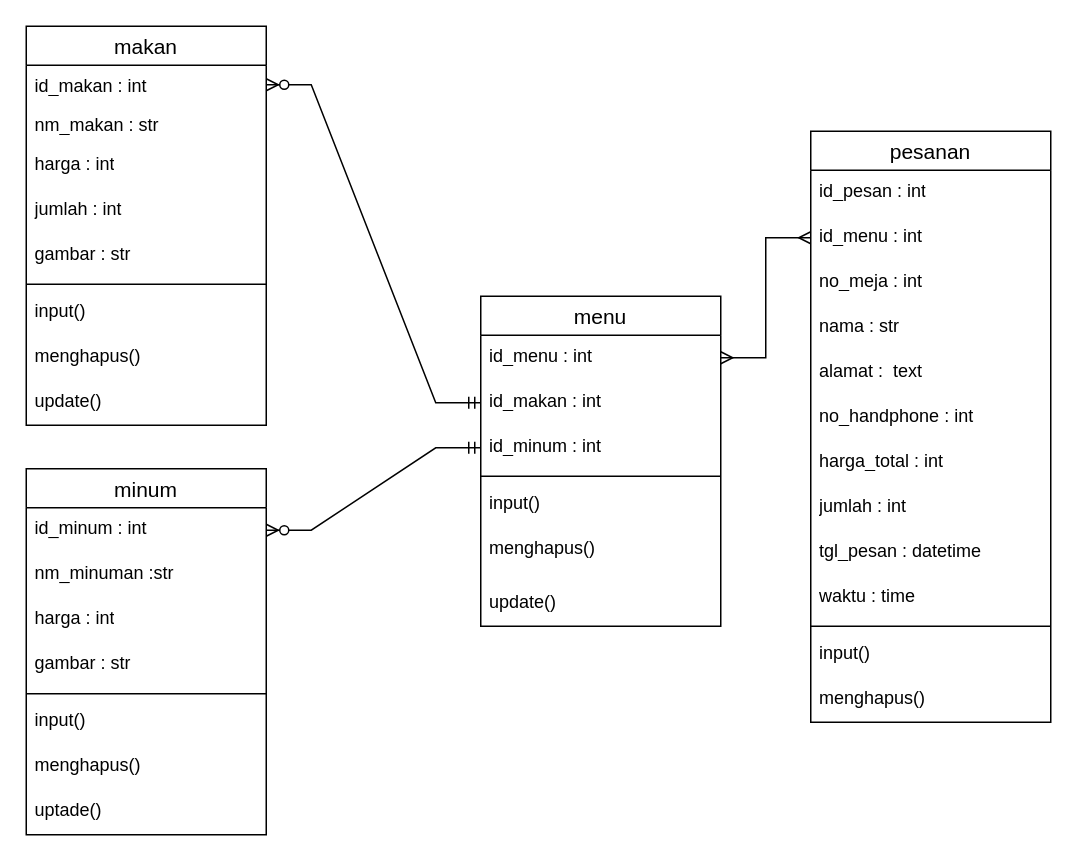
Above: Untitled Diagram.drawio in Dika2408/classdiagram.cafe (draw.io), before the change. Source tidied: cells renumbered, new cells numbered last; positions are measured from the earlier drawing's top-left corner, leaving out a move shared by most shapes. Both pictures are drawn from the tidied source at 150%, with x=0, y=0 at pixel (26, 26).
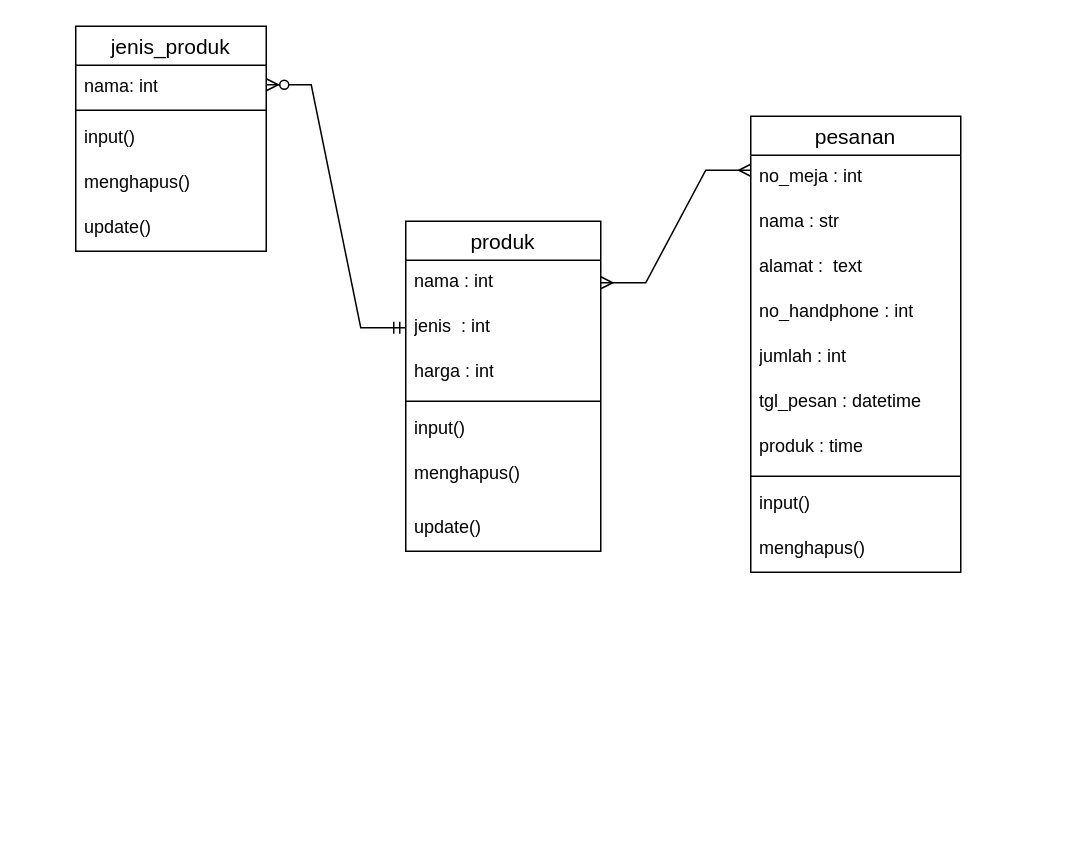
Above is the later version.

What changed in the source:
```diff
@@
-    <mxCell id="2" value="menu" style="swimlane;fontStyle=0;horizontal=1;startSize=26;align=center;fontSize=14;" parent="1" vertex="1">
-      <mxGeometry x="303" y="180" width="160" height="220" as="geometry" />
+    <mxCell id="2" value="produk" style="swimlane;fontStyle=0;horizontal=1;startSize=26;align=center;fontSize=14;" parent="1" vertex="1">
+      <mxGeometry x="253" y="130" width="130" height="220" as="geometry" />
     </mxCell>
-    <mxCell id="3" value="id_menu : int" style="text;strokeColor=none;fillColor=none;spacingLeft=4;spacingRight=4;overflow=hidden;points=[[0,0.5],[1,0.5]];portConstraint=eastwest;fontSize=12;whiteSpace=wrap;html=1;" parent="2" vertex="1">
-      <mxGeometry y="26" width="160" height="30" as="geometry" />
+    <mxCell id="3" value="nama : int" style="text;strokeColor=none;fillColor=none;spacingLeft=4;spacingRight=4;overflow=hidden;points=[[0,0.5],[1,0.5]];portConstraint=eastwest;fontSize=12;whiteSpace=wrap;html=1;" parent="2" vertex="1">
+      <mxGeometry y="26" width="130" height="30" as="geometry" />
     </mxCell>
-    <mxCell id="4" value="id_makan : int" style="text;strokeColor=none;fillColor=none;spacingLeft=4;spacingRight=4;overflow=hidden;points=[[0,0.5],[1,0.5]];portConstraint=eastwest;fontSize=12;whiteSpace=wrap;html=1;" parent="2" vertex="1">
-      <mxGeometry y="56" width="160" height="30" as="geometry" />
+    <mxCell id="4" value="jenis&amp;nbsp; : int" style="text;strokeColor=none;fillColor=none;spacingLeft=4;spacingRight=4;overflow=hidden;points=[[0,0.5],[1,0.5]];portConstraint=eastwest;fontSize=12;whiteSpace=wrap;html=1;" parent="2" vertex="1">
+      <mxGeometry y="56" width="130" height="30" as="geometry" />
     </mxCell>
-    <mxCell id="5" value="id_minum : int" style="text;strokeColor=none;fillColor=none;spacingLeft=4;spacingRight=4;overflow=hidden;points=[[0,0.5],[1,0.5]];portConstraint=eastwest;fontSize=12;whiteSpace=wrap;html=1;" parent="2" vertex="1">
-      <mxGeometry y="86" width="160" height="30" as="geometry" />
+    <mxCell id="5" value="harga : int" style="text;strokeColor=none;fillColor=none;spacingLeft=4;spacingRight=4;overflow=hidden;points=[[0,0.5],[1,0.5]];portConstraint=eastwest;fontSize=12;whiteSpace=wrap;html=1;" parent="2" vertex="1">
+      <mxGeometry y="86" width="130" height="30" as="geometry" />
     </mxCell>
     <mxCell id="6" style="line;strokeWidth=1;fillColor=none;align=left;verticalAlign=middle;spacingTop=-1;spacingLeft=3;spacingRight=3;labelPosition=right;strokeColor=inherit;" parent="2" vertex="1">
-      <mxGeometry y="116" width="160" height="8" as="geometry" />
+      <mxGeometry y="116" width="130" height="8" as="geometry" />
     </mxCell>
     <mxCell id="7" value="input()" style="text;strokeColor=none;fillColor=none;spacingLeft=4;spacingRight=4;overflow=hidden;fontSize=12;whiteSpace=wrap;html=1;" parent="2" vertex="1">
-      <mxGeometry y="124" width="160" height="30" as="geometry" />
+      <mxGeometry y="124" width="130" height="30" as="geometry" />
     </mxCell>
     <mxCell id="8" value="menghapus()" style="text;strokeColor=none;fillColor=none;spacingLeft=4;spacingRight=4;overflow=hidden;fontSize=12;whiteSpace=wrap;html=1;" parent="2" vertex="1">
-      <mxGeometry y="154" width="160" height="36" as="geometry" />
+      <mxGeometry y="154" width="130" height="36" as="geometry" />
     </mxCell>
     <mxCell id="9" value="update()" style="text;strokeColor=none;fillColor=none;spacingLeft=4;spacingRight=4;overflow=hidden;fontSize=12;whiteSpace=wrap;html=1;" parent="2" vertex="1">
-      <mxGeometry y="190" width="160" height="30" as="geometry" />
+      <mxGeometry y="190" width="130" height="30" as="geometry" />
     </mxCell>
-    <mxCell id="10" value="makan" style="swimlane;fontStyle=0;horizontal=1;startSize=26;align=center;fontSize=14;" parent="1" vertex="1">
-      <mxGeometry width="160" height="266" as="geometry" />
+    <mxCell id="10" value="jenis_produk" style="swimlane;fontStyle=0;horizontal=1;startSize=26;align=center;fontSize=14;" parent="1" vertex="1">
+      <mxGeometry x="33" width="127" height="150" as="geometry" />
     </mxCell>
-    <mxCell id="11" value="id_makan : int" style="text;strokeColor=none;fillColor=none;align=left;verticalAlign=top;spacingLeft=4;spacingRight=4;overflow=hidden;points=[[0,0.5],[1,0.5]];portConstraint=eastwest;whiteSpace=wrap;html=1;" parent="10" vertex="1">
-      <mxGeometry y="26" width="160" height="26" as="geometry" />
+    <mxCell id="11" value="nama: int" style="text;strokeColor=none;fillColor=none;align=left;verticalAlign=top;spacingLeft=4;spacingRight=4;overflow=hidden;points=[[0,0.5],[1,0.5]];portConstraint=eastwest;whiteSpace=wrap;html=1;" parent="10" vertex="1">
+      <mxGeometry y="26" width="127" height="26" as="geometry" />
     </mxCell>
-    <mxCell id="12" value="nm_makan : str" style="text;strokeColor=none;fillColor=none;align=left;verticalAlign=top;spacingLeft=4;spacingRight=4;overflow=hidden;whiteSpace=wrap;html=1;" parent="10" vertex="1">
-      <mxGeometry y="52" width="160" height="26" as="geometry" />
-    </mxCell>
-    <mxCell id="13" value="&lt;div&gt;harga : int&lt;/div&gt;" style="text;strokeColor=none;fillColor=none;spacingLeft=4;spacingRight=4;overflow=hidden;fontSize=12;whiteSpace=wrap;html=1;" parent="10" vertex="1">
-      <mxGeometry y="78" width="160" height="30" as="geometry" />
-    </mxCell>
-    <mxCell id="14" value="jumlah : int" style="text;strokeColor=none;fillColor=none;spacingLeft=4;spacingRight=4;overflow=hidden;fontSize=12;whiteSpace=wrap;html=1;" parent="10" vertex="1">
-      <mxGeometry y="108" width="160" height="30" as="geometry" />
-    </mxCell>
-    <mxCell id="15" value="gambar : str" style="text;strokeColor=none;fillColor=none;spacingLeft=4;spacingRight=4;overflow=hidden;fontSize=12;whiteSpace=wrap;html=1;" parent="10" vertex="1">
-      <mxGeometry y="138" width="160" height="30" as="geometry" />
-    </mxCell>
     <mxCell id="16" style="line;strokeWidth=1;fillColor=none;align=left;verticalAlign=middle;spacingTop=-1;spacingLeft=3;spacingRight=3;labelPosition=right;strokeColor=inherit;" parent="10" vertex="1">
-      <mxGeometry y="168" width="160" height="8" as="geometry" />
+      <mxGeometry y="52" width="127" height="8" as="geometry" />
     </mxCell>
     <mxCell id="17" value="input()" style="text;strokeColor=none;fillColor=none;spacingLeft=4;spacingRight=4;overflow=hidden;fontSize=12;whiteSpace=wrap;html=1;" parent="10" vertex="1">
-      <mxGeometry y="176" width="160" height="30" as="geometry" />
+      <mxGeometry y="60" width="127" height="30" as="geometry" />
     </mxCell>
     <mxCell id="18" value="menghapus()" style="text;strokeColor=none;fillColor=none;spacingLeft=4;spacingRight=4;overflow=hidden;fontSize=12;whiteSpace=wrap;html=1;" parent="10" vertex="1">
-      <mxGeometry y="206" width="160" height="30" as="geometry" />
+      <mxGeometry y="90" width="127" height="30" as="geometry" />
     </mxCell>
     <mxCell id="19" value="update()" style="text;strokeColor=none;fillColor=none;spacingLeft=4;spacingRight=4;overflow=hidden;fontSize=12;whiteSpace=wrap;html=1;" parent="10" vertex="1">
-      <mxGeometry y="236" width="160" height="30" as="geometry" />
+      <mxGeometry y="120" width="127" height="30" as="geometry" />
     </mxCell>
-    <mxCell id="20" value="minum" style="swimlane;fontStyle=0;horizontal=1;startSize=26;align=center;fontSize=14;" parent="1" vertex="1">
-      <mxGeometry y="295" width="160" height="244" as="geometry" />
-    </mxCell>
-    <mxCell id="21" value="&lt;div&gt;id_minum : int&lt;/div&gt;" style="text;strokeColor=none;fillColor=none;spacingLeft=4;spacingRight=4;overflow=hidden;points=[[0,0.5],[1,0.5]];portConstraint=eastwest;fontSize=12;whiteSpace=wrap;html=1;" parent="20" vertex="1">
-      <mxGeometry y="26" width="160" height="30" as="geometry" />
-    </mxCell>
-    <mxCell id="22" value="nm_minuman :str" style="text;strokeColor=none;fillColor=none;spacingLeft=4;spacingRight=4;overflow=hidden;fontSize=12;whiteSpace=wrap;html=1;" parent="20" vertex="1">
-      <mxGeometry y="56" width="160" height="30" as="geometry" />
-    </mxCell>
-    <mxCell id="23" value="harga : int" style="text;strokeColor=none;fillColor=none;spacingLeft=4;spacingRight=4;overflow=hidden;fontSize=12;whiteSpace=wrap;html=1;" parent="20" vertex="1">
-      <mxGeometry y="86" width="160" height="30" as="geometry" />
-    </mxCell>
-    <mxCell id="24" value="gambar : str" style="text;strokeColor=none;fillColor=none;spacingLeft=4;spacingRight=4;overflow=hidden;fontSize=12;whiteSpace=wrap;html=1;" parent="20" vertex="1">
-      <mxGeometry y="116" width="160" height="30" as="geometry" />
-    </mxCell>
-    <mxCell id="25" style="line;strokeWidth=1;fillColor=none;align=left;verticalAlign=middle;spacingTop=-1;spacingLeft=3;spacingRight=3;labelPosition=right;strokeColor=inherit;" parent="20" vertex="1">
-      <mxGeometry y="146" width="160" height="8" as="geometry" />
-    </mxCell>
-    <mxCell id="26" value="input()" style="text;strokeColor=none;fillColor=none;spacingLeft=4;spacingRight=4;overflow=hidden;fontSize=12;whiteSpace=wrap;html=1;" parent="20" vertex="1">
-      <mxGeometry y="154" width="160" height="30" as="geometry" />
-    </mxCell>
-    <mxCell id="27" value="menghapus()&lt;br&gt;&lt;div&gt;&lt;/div&gt;" style="text;strokeColor=none;fillColor=none;spacingLeft=4;spacingRight=4;overflow=hidden;fontSize=12;whiteSpace=wrap;html=1;" parent="20" vertex="1">
-      <mxGeometry y="184" width="160" height="30" as="geometry" />
-    </mxCell>
-    <mxCell id="28" value="uptade()&lt;div&gt;&lt;/div&gt;" style="text;strokeColor=none;fillColor=none;spacingLeft=4;spacingRight=4;overflow=hidden;fontSize=12;whiteSpace=wrap;html=1;" parent="20" vertex="1">
-      <mxGeometry y="214" width="160" height="30" as="geometry" />
-    </mxCell>
     <mxCell id="29" value="pesanan" style="swimlane;fontStyle=0;horizontal=1;startSize=26;align=center;fontSize=14;" parent="1" vertex="1">
-      <mxGeometry x="523" y="70" width="160" height="394" as="geometry" />
+      <mxGeometry x="483" y="60" width="140" height="304" as="geometry" />
     </mxCell>
-    <mxCell id="30" value="id_pesan : int" style="text;strokeColor=none;fillColor=none;spacingLeft=4;spacingRight=4;overflow=hidden;fontSize=12;whiteSpace=wrap;html=1;" parent="29" vertex="1">
-      <mxGeometry y="26" width="160" height="30" as="geometry" />
-    </mxCell>
-    <mxCell id="31" value="id_menu : int" style="text;strokeColor=none;fillColor=none;spacingLeft=4;spacingRight=4;overflow=hidden;points=[[0,0.5],[1,0.5]];portConstraint=eastwest;fontSize=12;whiteSpace=wrap;html=1;" parent="29" vertex="1">
-      <mxGeometry y="56" width="160" height="30" as="geometry" />
-    </mxCell>
+    <mxCell id="45" style="edgeStyle=entityRelationEdgeStyle;fontSize=12;html=1;endArrow=ERmany;startArrow=ERmany;rounded=0;" parent="29" edge="1" source="3">
+      <mxGeometry relative="1" as="geometry">
+        <mxPoint y="36" as="targetPoint" />
+      </mxGeometry>
+    </mxCell>
     <mxCell id="32" value="no_meja : int" style="text;strokeColor=none;fillColor=none;spacingLeft=4;spacingRight=4;overflow=hidden;fontSize=12;whiteSpace=wrap;html=1;" parent="29" vertex="1">
-      <mxGeometry y="86" width="160" height="30" as="geometry" />
+      <mxGeometry y="26" width="140" height="30" as="geometry" />
     </mxCell>
     <mxCell id="33" value="nama : str&amp;nbsp;" style="text;strokeColor=none;fillColor=none;spacingLeft=4;spacingRight=4;overflow=hidden;fontSize=12;whiteSpace=wrap;html=1;" parent="29" vertex="1">
-      <mxGeometry y="116" width="160" height="30" as="geometry" />
+      <mxGeometry y="56" width="140" height="30" as="geometry" />
     </mxCell>
     <mxCell id="34" value="alamat :&amp;nbsp; text" style="text;strokeColor=none;fillColor=none;spacingLeft=4;spacingRight=4;overflow=hidden;fontSize=12;whiteSpace=wrap;html=1;" parent="29" vertex="1">
-      <mxGeometry y="146" width="160" height="30" as="geometry" />
+      <mxGeometry y="86" width="140" height="30" as="geometry" />
     </mxCell>
     <mxCell id="35" value="no_handphone : int" style="text;strokeColor=none;fillColor=none;spacingLeft=4;spacingRight=4;overflow=hidden;fontSize=12;whiteSpace=wrap;html=1;" parent="29" vertex="1">
-      <mxGeometry y="176" width="160" height="30" as="geometry" />
+      <mxGeometry y="116" width="140" height="30" as="geometry" />
     </mxCell>
-    <mxCell id="36" value="harga_total : int" style="text;strokeColor=none;fillColor=none;spacingLeft=4;spacingRight=4;overflow=hidden;fontSize=12;whiteSpace=wrap;html=1;" parent="29" vertex="1">
-      <mxGeometry y="206" width="160" height="30" as="geometry" />
-    </mxCell>
     <mxCell id="37" value="jumlah : int&amp;nbsp;" style="text;strokeColor=none;fillColor=none;spacingLeft=4;spacingRight=4;overflow=hidden;fontSize=12;whiteSpace=wrap;html=1;" parent="29" vertex="1">
-      <mxGeometry y="236" width="160" height="30" as="geometry" />
+      <mxGeometry y="146" width="140" height="30" as="geometry" />
     </mxCell>
     <mxCell id="38" value="tgl_pesan : datetime" style="text;strokeColor=none;fillColor=none;spacingLeft=4;spacingRight=4;overflow=hidden;fontSize=12;whiteSpace=wrap;html=1;" parent="29" vertex="1">
-      <mxGeometry y="266" width="160" height="30" as="geometry" />
+      <mxGeometry y="176" width="140" height="30" as="geometry" />
     </mxCell>
-    <mxCell id="39" value="waktu : time" style="text;strokeColor=none;fillColor=none;spacingLeft=4;spacingRight=4;overflow=hidden;fontSize=12;whiteSpace=wrap;html=1;" parent="29" vertex="1">
-      <mxGeometry y="296" width="160" height="30" as="geometry" />
+    <mxCell id="39" value="produk : time" style="text;strokeColor=none;fillColor=none;spacingLeft=4;spacingRight=4;overflow=hidden;fontSize=12;whiteSpace=wrap;html=1;" parent="29" vertex="1">
+      <mxGeometry y="206" width="140" height="30" as="geometry" />
     </mxCell>
     <mxCell id="40" style="line;strokeWidth=1;fillColor=none;align=left;verticalAlign=middle;spacingTop=-1;spacingLeft=3;spacingRight=3;labelPosition=right;strokeColor=inherit;" parent="29" vertex="1">
-      <mxGeometry y="326" width="160" height="8" as="geometry" />
+      <mxGeometry y="236" width="140" height="8" as="geometry" />
     </mxCell>
     <mxCell id="41" value="input()" style="text;strokeColor=none;fillColor=none;spacingLeft=4;spacingRight=4;overflow=hidden;fontSize=12;whiteSpace=wrap;html=1;" parent="29" vertex="1">
-      <mxGeometry y="334" width="160" height="30" as="geometry" />
+      <mxGeometry y="244" width="140" height="30" as="geometry" />
     </mxCell>
     <mxCell id="42" value="menghapus()" style="text;strokeColor=none;fillColor=none;spacingLeft=4;spacingRight=4;overflow=hidden;fontSize=12;whiteSpace=wrap;html=1;" parent="29" vertex="1">
-      <mxGeometry y="364" width="160" height="30" as="geometry" />
+      <mxGeometry y="274" width="140" height="30" as="geometry" />
     </mxCell>
@@
-    <mxCell id="44" style="edgeStyle=entityRelationEdgeStyle;fontSize=12;html=1;endArrow=ERzeroToMany;startArrow=ERmandOne;rounded=0;" parent="1" edge="1" source="5" target="21">
-      <mxGeometry relative="1" as="geometry" />
-    </mxCell>
-    <mxCell id="45" style="edgeStyle=entityRelationEdgeStyle;fontSize=12;html=1;endArrow=ERmany;startArrow=ERmany;rounded=0;" parent="1" edge="1" source="3" target="31">
-      <mxGeometry relative="1" as="geometry" />
-    </mxCell>
```
